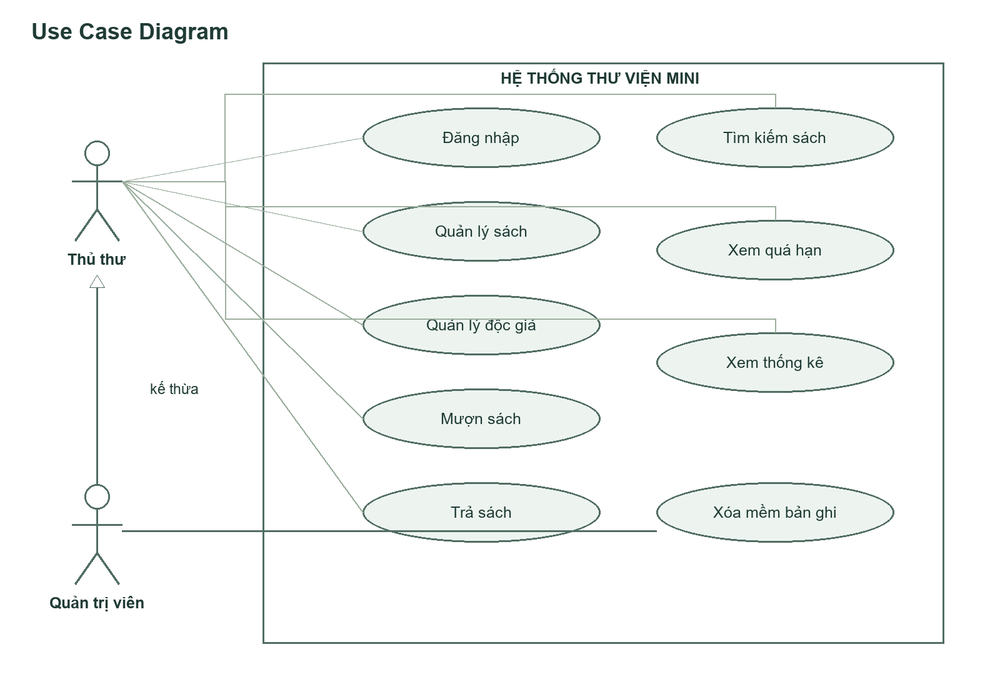
Before: docs/uml/01_use_case.png, a diagram exported from PlantUML (khoiln218/ThuVienMini). Its source is kept beside it as docs/uml/01_use_case.puml.
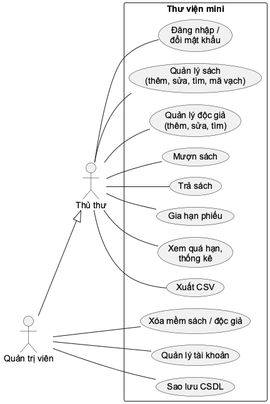
The same diagram one commit later.

What changed in the source:
```diff
@@ -6,17 +6,17 @@
 actor "Quản trị viên" as A
 A --|> T
 rectangle "Thư viện mini" {
-usecase "Đăng nhập" as U1
-usecase "Quản lý sách
-(thêm, sửa, tìm)" as U2
-usecase "Quản lý độc giả
-(thêm, sửa, tìm)" as U3
+usecase "Đăng nhập /\nđổi mật khẩu" as U1
+usecase "Quản lý sách\n(thêm, sửa, tìm, mã vạch)" as U2
+usecase "Quản lý độc giả\n(thêm, sửa, tìm)" as U3
 usecase "Mượn sách" as U4
 usecase "Trả sách" as U5
-usecase "Tìm kiếm sách" as U6
-usecase "Xem quá hạn" as U7
-usecase "Xem thống kê" as U8
+usecase "Gia hạn phiếu" as U6
+usecase "Xem quá hạn,\nthống kê" as U7
+usecase "Xuất CSV" as U8
 usecase "Xóa mềm sách / độc giả" as U9
+usecase "Quản lý tài khoản" as U10
+usecase "Sao lưu CSDL" as U11
 }
 T -- U1
 T -- U2
@@ -27,4 +27,6 @@
 T -- U7
 T -- U8
 A -- U9
+A -- U10
+A -- U11
 @enduml
```
